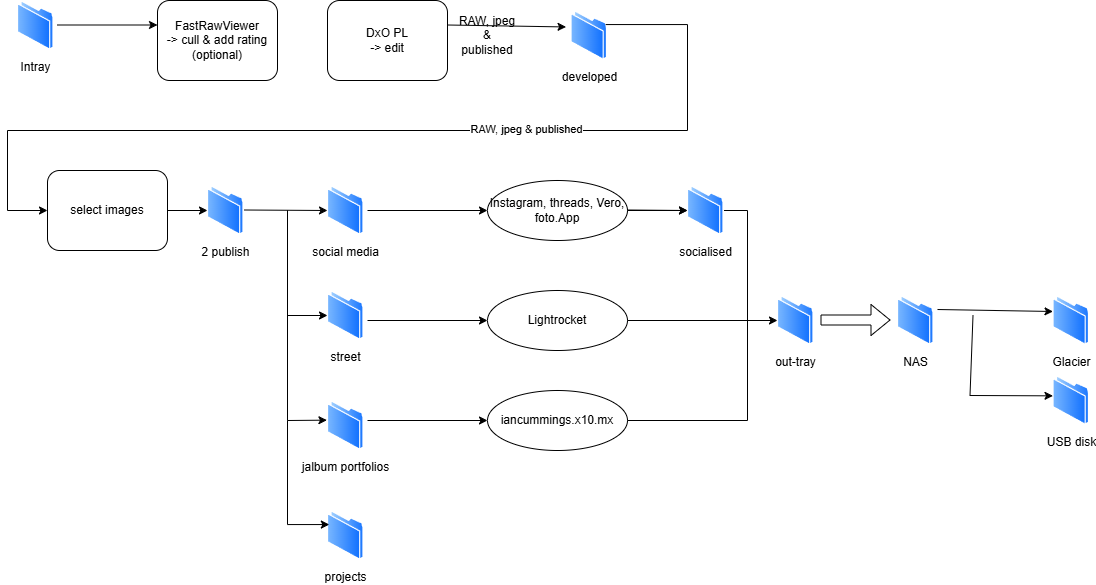
Above: photography/images/workflow3.drawio.png in iancummings/iancummings.github.io (draw.io), before the change. Source tidied: cells renumbered, new cells last; positions are measured from the earlier drawing's top-left corner, leaving out a move shared by most shapes.
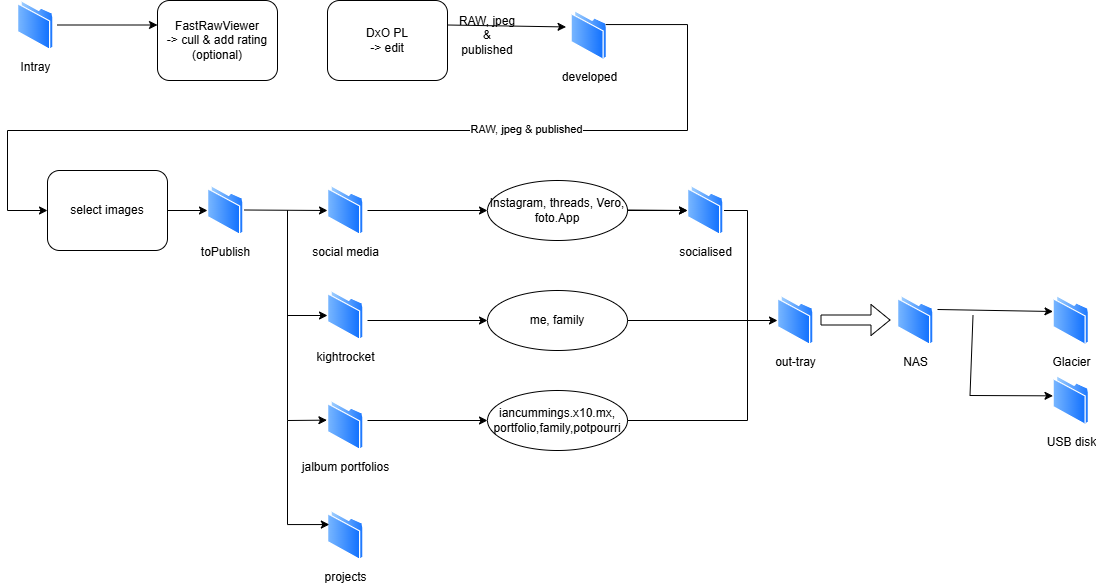
The same diagram one commit later.

What changed in the source:
```diff
@@ -11,7 +11,7 @@
     <mxCell id="4" value="RAW, jpeg &amp;amp; published" style="text;html=1;strokeColor=none;fillColor=none;align=center;verticalAlign=middle;whiteSpace=wrap;rounded=0;" parent="1" vertex="1">
       <mxGeometry x="450" y="20" width="60" height="30" as="geometry" />
     </mxCell>
-    <mxCell id="5" value="Lightrocket" style="ellipse;whiteSpace=wrap;html=1;" parent="1" vertex="1">
+    <mxCell id="5" value="me,&amp;nbsp;&lt;span style=&quot;background-color: transparent; color: light-dark(rgb(0, 0, 0), rgb(255, 255, 255));&quot;&gt;family&lt;/span&gt;" style="ellipse;whiteSpace=wrap;html=1;" parent="1" vertex="1">
       <mxGeometry x="480" y="290" width="140" height="60" as="geometry" />
     </mxCell>
     <mxCell id="6" style="edgeStyle=orthogonalEdgeStyle;rounded=0;jettySize=auto;html=1;" parent="1" edge="1" source="7" target="34">
@@ -20,7 +20,7 @@
     <mxCell id="7" value="Instagram, threads, Vero, foto.App" style="ellipse;whiteSpace=wrap;html=1;" parent="1" vertex="1">
       <mxGeometry x="480" y="180" width="140" height="60" as="geometry" />
     </mxCell>
-    <mxCell id="8" value="iancummings.x10.mx" style="ellipse;whiteSpace=wrap;html=1;" parent="1" vertex="1">
+    <mxCell id="8" value="iancummings.x10.mx,&lt;div&gt;portfolio,family,potpourri&lt;/div&gt;" style="ellipse;whiteSpace=wrap;html=1;" parent="1" vertex="1">
       <mxGeometry x="480" y="390" width="140" height="60" as="geometry" />
     </mxCell>
     <mxCell id="9" style="endArrow=classic;html=1;rounded=0;entryX=0;entryY=0.5;entryDx=0;entryDy=0;" parent="1" edge="1" target="8">
@@ -90,7 +90,7 @@
     <mxCell id="22" value="select images" style="rounded=1;whiteSpace=wrap;html=1;" parent="1" vertex="1">
       <mxGeometry x="40" y="170" width="120" height="80" as="geometry" />
     </mxCell>
-    <mxCell id="23" value="2 publish" style="image;perimeter=ellipsePerimeter;html=1;align=center;shadow=0;dashed=0;spacingTop=3;image=img/lib/active_directory/folder.svg;" parent="1" vertex="1">
+    <mxCell id="23" value="toPublish" style="image;perimeter=ellipsePerimeter;html=1;align=center;shadow=0;dashed=0;spacingTop=3;image=img/lib/active_directory/folder.svg;" parent="1" vertex="1">
       <mxGeometry x="200" y="185" width="36.5" height="50" as="geometry" />
     </mxCell>
     <mxCell id="24" style="endArrow=classic;html=1;rounded=0;entryX=0;entryY=0.5;entryDx=0;entryDy=0;exitX=1;exitY=0.5;exitDx=0;exitDy=0;" parent="1" edge="1" source="22" target="23">
@@ -115,7 +115,7 @@
         </Array>
       </mxGeometry>
     </mxCell>
-    <mxCell id="29" value="street&lt;br&gt;" style="image;perimeter=ellipsePerimeter;html=1;align=center;shadow=0;dashed=0;spacingTop=3;image=img/lib/active_directory/folder.svg;" parent="1" vertex="1">
+    <mxCell id="29" value="kightrocket" style="image;perimeter=ellipsePerimeter;html=1;align=center;shadow=0;dashed=0;spacingTop=3;image=img/lib/active_directory/folder.svg;" parent="1" vertex="1">
       <mxGeometry x="320" y="290" width="36.5" height="50" as="geometry" />
     </mxCell>
     <mxCell id="30" style="endArrow=classic;html=1;rounded=0;entryX=0;entryY=0.5;entryDx=0;entryDy=0;" parent="1" edge="1" target="29">
```
